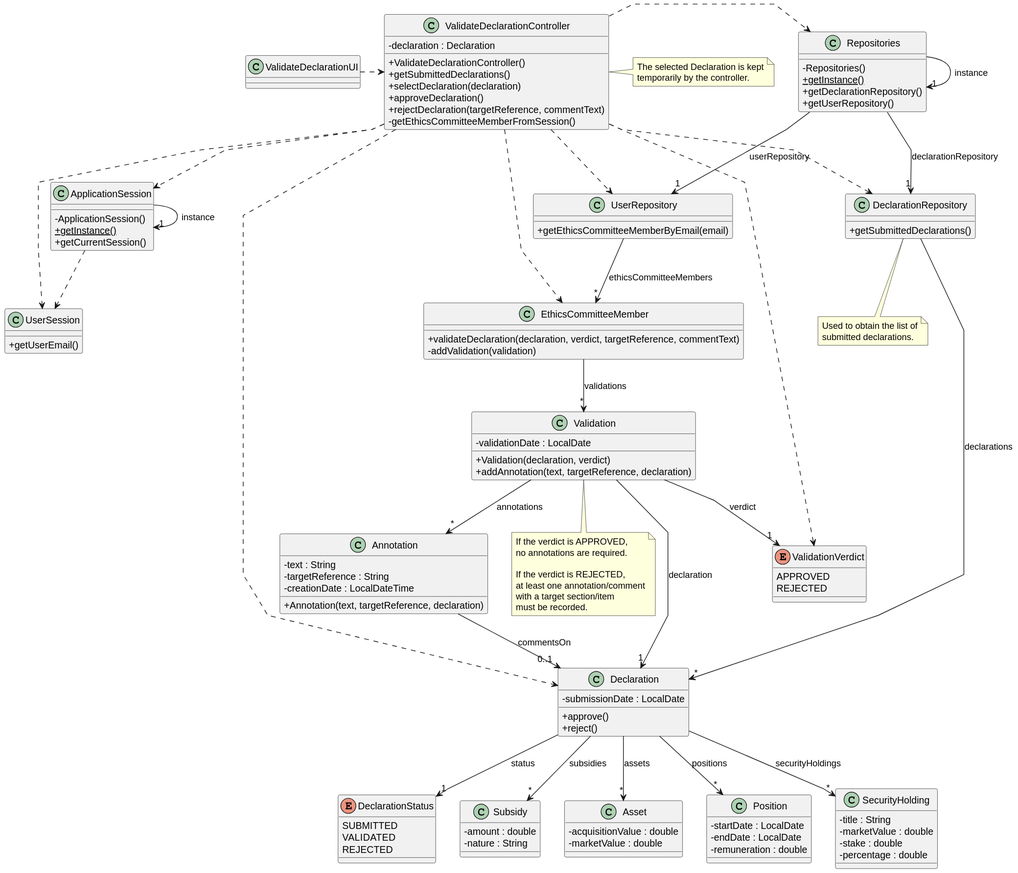
Earlier version of the PlantUML export docs/system-documentation/US08/03.design/svg/US08-CD.svg (Departamento-de-Engenharia-Informatica/sem2-pi-25-26-g096-repo). Source of this version:
```plantuml
@startuml
skinparam packageStyle rectangle
skinparam shadowing false
skinparam linetype polyline

skinparam classAttributeIconSize 0

enum DeclarationStatus {
    SUBMITTED
    VALIDATED
    REJECTED
}

enum ValidationVerdict {
    APPROVED
    REJECTED
}

class ApplicationSession {
    - ApplicationSession()
    + {static} getInstance()
    + getCurrentSession()
}

class UserSession {
    + getUserEmail()
}

class EthicsCommitteeMember {
    + validateDeclaration(declaration, verdict, targetReference, commentText)
    - addValidation(validation)
}

class Declaration {
    - submissionDate : LocalDate

    + approve()
    + reject()
}

class Validation {
    - validationDate : LocalDate

    + Validation(declaration, verdict)
    + addAnnotation(text, targetReference, declaration)
}

class Annotation {
    - text : String
    - targetReference : String
    - creationDate : LocalDateTime

    + Annotation(text, targetReference, declaration)
}

class Subsidy {
    - amount : double
    - nature : String
}

class Asset {
    - acquisitionValue : double
    - marketValue : double
}

class Position {
    - startDate : LocalDate
    - endDate : LocalDate
    - remuneration : double
}

class SecurityHolding {
    - title : String
    - marketValue : double
    - stake : double
    - percentage : double
}

class DeclarationRepository {
    + getSubmittedDeclarations()
}

class UserRepository {
    + getEthicsCommitteeMemberByEmail(email)
}

class Repositories {
    - Repositories()
    + {static} getInstance()
    + getDeclarationRepository()
    + getUserRepository()
}

class ValidateDeclarationController {
    - declaration : Declaration

    + ValidateDeclarationController()
    + getSubmittedDeclarations()
    + selectDeclaration(declaration)
    + approveDeclaration()
    + rejectDeclaration(targetReference, commentText)
    - getEthicsCommitteeMemberFromSession()
}

note right of ValidateDeclarationController
    The selected Declaration is kept
    temporarily by the controller.
end note

note bottom of DeclarationRepository
    Used to obtain the list of
    submitted declarations.
end note

note bottom of Validation
    If the verdict is APPROVED,
    no annotations are required.

    If the verdict is REJECTED,
    at least one annotation/comment
    with a target section/item
    must be recorded.
end note

class ValidateDeclarationUI {
}

ValidateDeclarationUI .> ValidateDeclarationController

ValidateDeclarationController .> Repositories
ValidateDeclarationController ..> DeclarationRepository
ValidateDeclarationController ..> UserRepository
ValidateDeclarationController ..> ApplicationSession
ValidateDeclarationController ..> UserSession
ValidateDeclarationController ..> Declaration
ValidateDeclarationController ..> EthicsCommitteeMember
ValidateDeclarationController ..> ValidationVerdict

Repositories -> "1" Repositories : instance
Repositories --> "1" DeclarationRepository : declarationRepository
Repositories --> "1" UserRepository : userRepository

ApplicationSession -> "1" ApplicationSession : instance
ApplicationSession ..> UserSession

DeclarationRepository --> "*" Declaration : declarations
UserRepository --> "*" EthicsCommitteeMember : ethicsCommitteeMembers

EthicsCommitteeMember --> "*" Validation : validations

Validation --> "1" Declaration : declaration
Validation --> "1" ValidationVerdict : verdict
Validation --> "*" Annotation : annotations

Annotation --> "0..1" Declaration : commentsOn

Declaration --> "1" DeclarationStatus : status
Declaration --> "*" Subsidy : subsidies
Declaration --> "*" Asset : assets
Declaration --> "*" Position : positions
Declaration --> "*" SecurityHolding : securityHoldings
@enduml
```
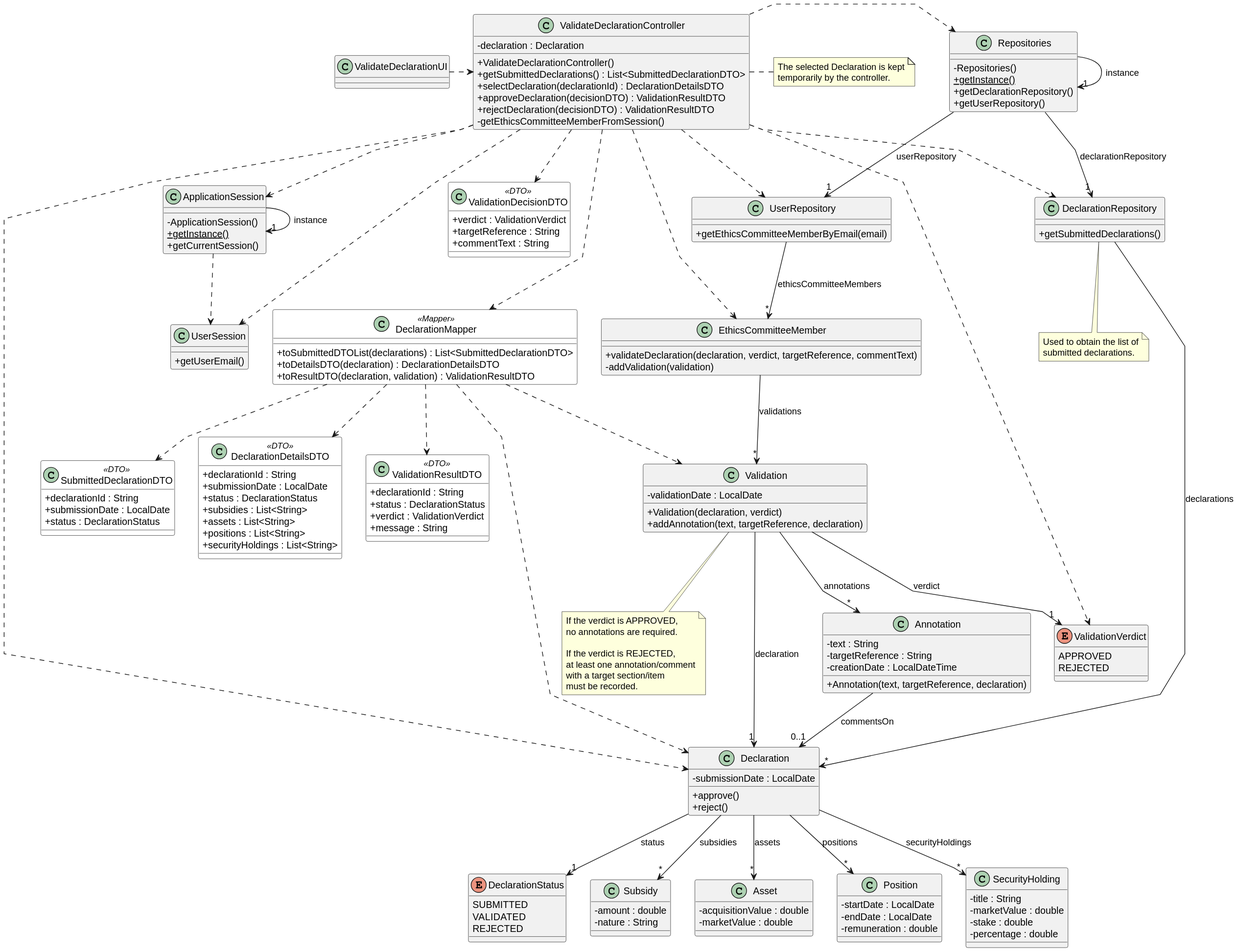
Later version of the same file.

What changed in the source:
```diff
@@ -4,6 +4,11 @@
 skinparam linetype polyline
 
 skinparam classAttributeIconSize 0
+
+skinparam class {
+    BackgroundColor<<DTO>> White
+    BackgroundColor<<Mapper>> White
+}
 
 enum DeclarationStatus {
     SUBMITTED
@@ -53,6 +58,41 @@
     + Annotation(text, targetReference, declaration)
 }
 
+class SubmittedDeclarationDTO <<DTO>> {
+    + declarationId : String
+    + submissionDate : LocalDate
+    + status : DeclarationStatus
+}
+
+class DeclarationDetailsDTO <<DTO>> {
+    + declarationId : String
+    + submissionDate : LocalDate
+    + status : DeclarationStatus
+    + subsidies : List<String>
+    + assets : List<String>
+    + positions : List<String>
+    + securityHoldings : List<String>
+}
+
+class ValidationDecisionDTO <<DTO>> {
+    + verdict : ValidationVerdict
+    + targetReference : String
+    + commentText : String
+}
+
+class ValidationResultDTO <<DTO>> {
+    + declarationId : String
+    + status : DeclarationStatus
+    + verdict : ValidationVerdict
+    + message : String
+}
+
+class DeclarationMapper <<Mapper>> {
+    + toSubmittedDTOList(declarations) : List<SubmittedDeclarationDTO>
+    + toDetailsDTO(declaration) : DeclarationDetailsDTO
+    + toResultDTO(declaration, validation) : ValidationResultDTO
+}
+
 class Subsidy {
     - amount : double
     - nature : String
@@ -95,10 +135,10 @@
     - declaration : Declaration
 
     + ValidateDeclarationController()
-    + getSubmittedDeclarations()
-    + selectDeclaration(declaration)
-    + approveDeclaration()
-    + rejectDeclaration(targetReference, commentText)
+    + getSubmittedDeclarations() : List<SubmittedDeclarationDTO>
+    + selectDeclaration(declarationId) : DeclarationDetailsDTO
+    + approveDeclaration(decisionDTO) : ValidationResultDTO
+    + rejectDeclaration(decisionDTO) : ValidationResultDTO
     - getEthicsCommitteeMemberFromSession()
 }
 
@@ -135,6 +175,8 @@
 ValidateDeclarationController ..> Declaration
 ValidateDeclarationController ..> EthicsCommitteeMember
 ValidateDeclarationController ..> ValidationVerdict
+ValidateDeclarationController ..> DeclarationMapper
+ValidateDeclarationController ..> ValidationDecisionDTO
 
 Repositories -> "1" Repositories : instance
 Repositories --> "1" DeclarationRepository : declarationRepository
@@ -154,6 +196,12 @@
 
 Annotation --> "0..1" Declaration : commentsOn
 
+DeclarationMapper ..> Declaration
+DeclarationMapper ..> Validation
+DeclarationMapper ..> SubmittedDeclarationDTO
+DeclarationMapper ..> DeclarationDetailsDTO
+DeclarationMapper ..> ValidationResultDTO
+
 Declaration --> "1" DeclarationStatus : status
 Declaration --> "*" Subsidy : subsidies
 Declaration --> "*" Asset : assets
```
